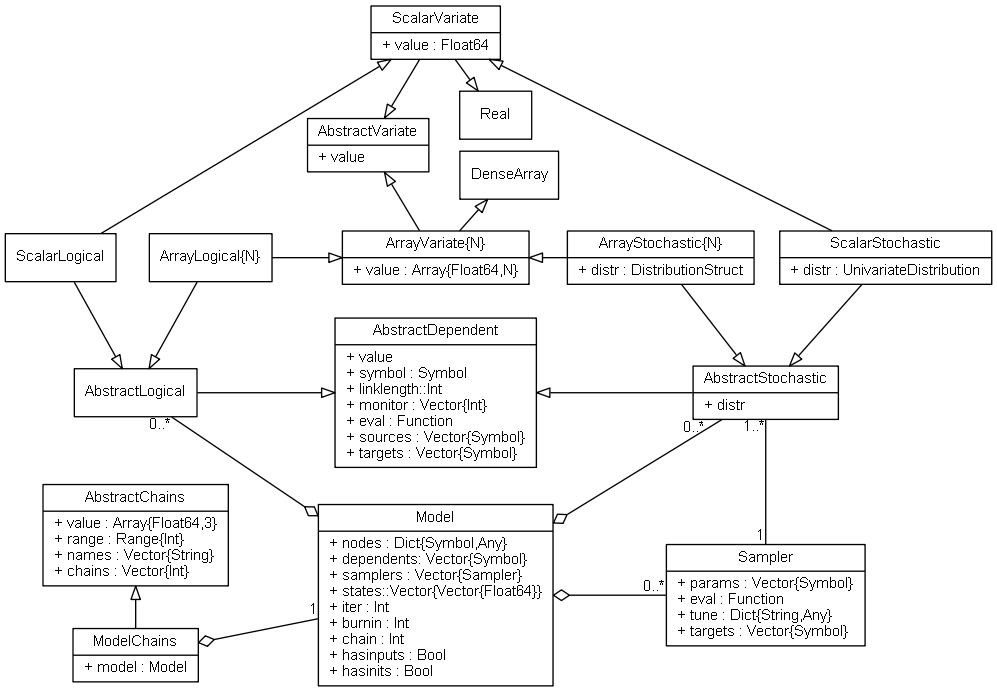
This is doc/images/mcmcUML.png from brian-j-smith/Mamba.jl, a Graphviz export, as it was before one commit. Its source is kept beside it as doc/images/mcmcUML.dot.
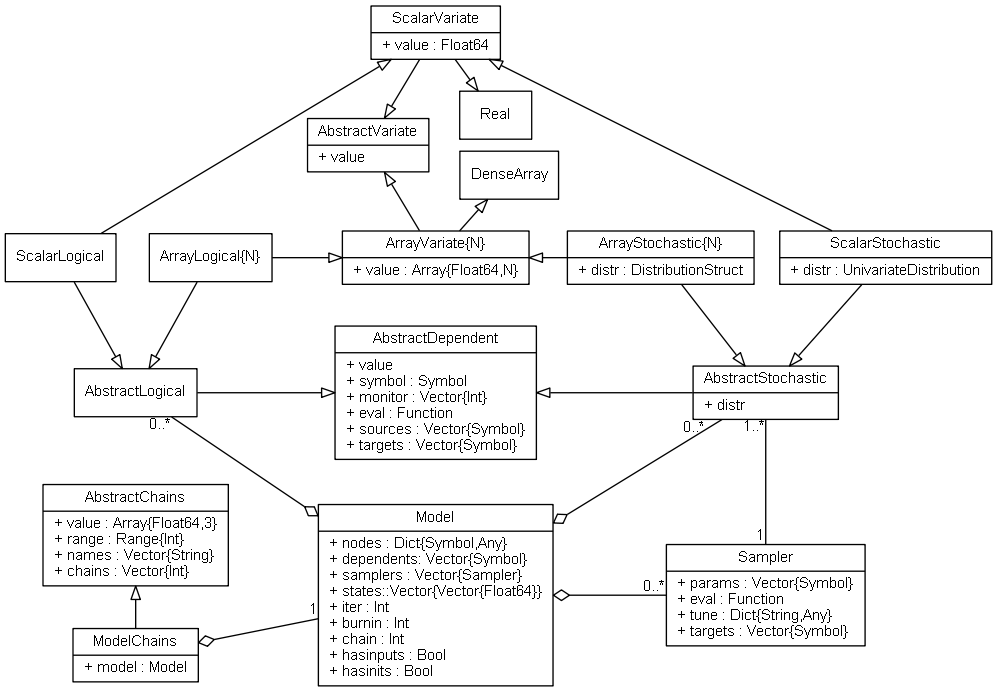
The same diagram one commit later.

Commit message:
Remove linklength field from AbstractDependent types.

Diff of the diagram source:
```diff
@@ -12,7 +12,7 @@
 
     DenseArray [label = "{DenseArray}", pos="324,570"]
 
-    AbstractDependent [label = "{AbstractDependent|+ value\l+ symbol : Symbol\l+ linklength::Int\l+ monitor : Vector\{Int\}\l+ eval : Function\l+ sources : Vector\{Symbol\}\l+ targets : Vector\{Symbol\}\l}", pos="275,425"]
+    AbstractDependent [label = "{AbstractDependent|+ value\l+ symbol : Symbol\l+ monitor : Vector\{Int\}\l+ eval : Function\l+ sources : Vector\{Symbol\}\l+ targets : Vector\{Symbol\}\l}", pos="275,425"]
 
     AbstractLogical [label = "{AbstractLogical}", pos="75,425"]
 
```
